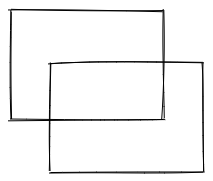
Earlier version of the Excalidraw export example.excalidraw.png (dwelle/test). Source tidied: one line per element, renumbered; positions are measured from the earlier drawing's top-left corner, leaving out a move shared by most shapes.
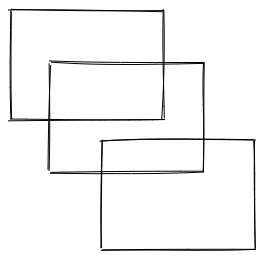
Later version of the same file.

The edit, as a diff of the source:
```diff
@@ -1,2 +1,3 @@
 {"id": 0, "type": "rectangle", "strokeColor": "#000000", "strokeWidth": 1, "roughness": 1, "x": 0, "y": 0, "width": 154, "height": 109}
+{"id": 2, "type": "rectangle", "strokeColor": "#000000", "strokeWidth": 1, "roughness": 1, "x": 40, "y": 53, "width": 154, "height": 109}
-{"id": 1, "type": "rectangle", "strokeColor": "#000000", "strokeWidth": 1, "roughness": 1, "x": 40, "y": 53, "width": 154, "height": 109}
+{"id": 1, "type": "rectangle", "strokeColor": "#000000", "strokeWidth": 1, "roughness": 1, "x": 92, "y": 130, "width": 154, "height": 109}
```
